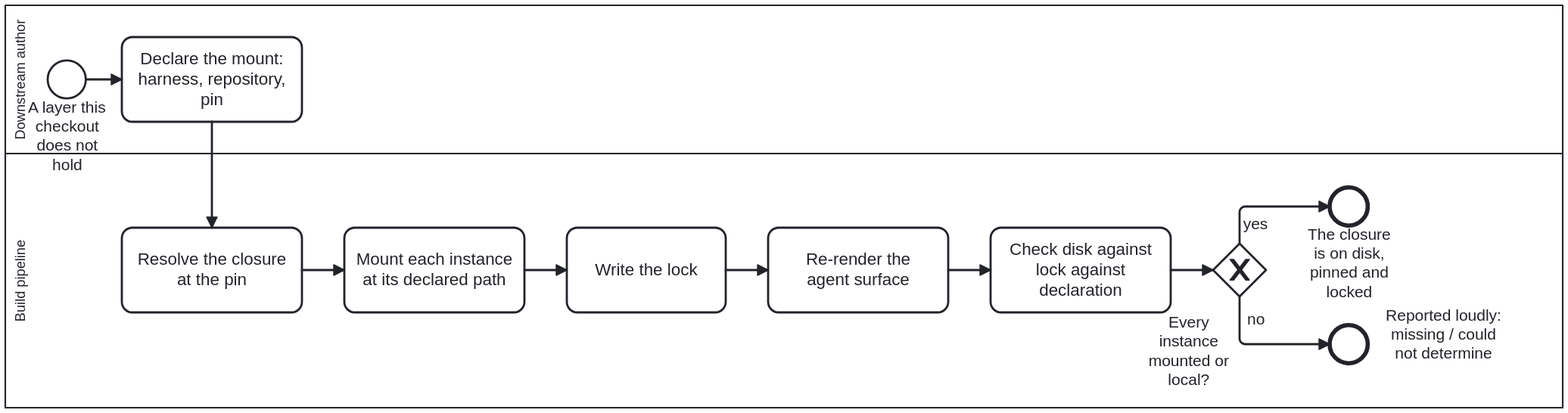
This is docs/assets/img/workflows/mount-dependency.svg from litlfred/cat-harness, a BPMN export, as it was before one commit. Its source is kept beside it as processes/kg/mount-dependency.bpmn. Ids are renumbered.
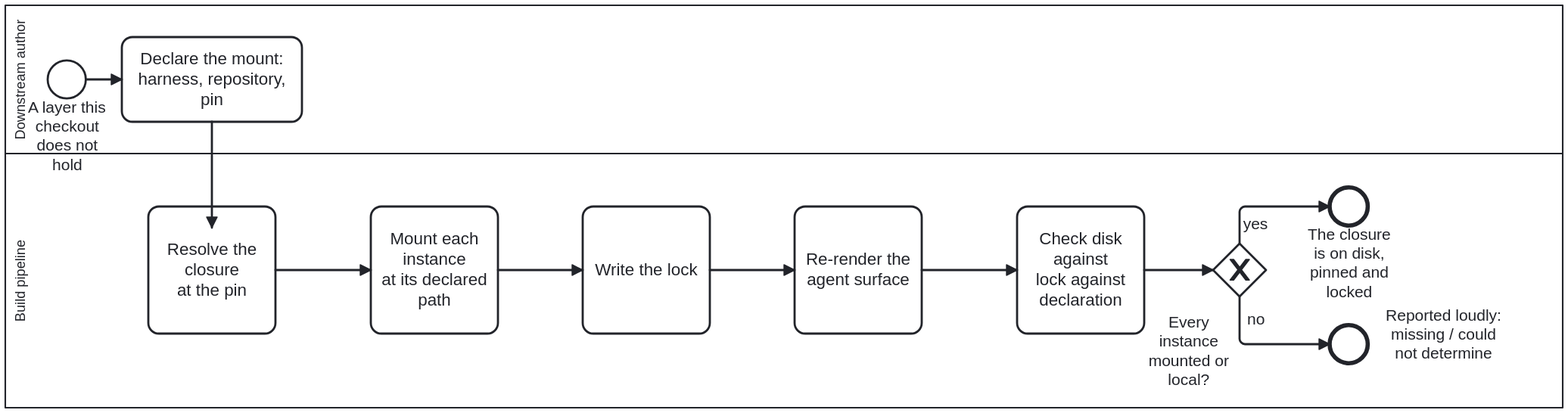
Above is the later version.

Change to the diagram source:
```diff
@@ -151,63 +151,69 @@
   <bpmndi:BPMNDiagram id="Diagram_MountDependency">
     <bpmndi:BPMNPlane id="Plane_MountDependency" bpmnElement="Process_MountDependency">
       <bpmndi:BPMNShape id="S_Lane_Author" bpmnElement="Lane_Author" isHorizontal="true">
-        <dc:Bounds x="160" y="60" width="1470" height="140"/>
+        <dc:Bounds x="160" y="60" width="1470" height="140" />
       </bpmndi:BPMNShape>
       <bpmndi:BPMNShape id="S_Lane_Pipeline" bpmnElement="Lane_Pipeline" isHorizontal="true">
-        <dc:Bounds x="160" y="200" width="1470" height="240"/>
+        <dc:Bounds x="160" y="200" width="1470" height="240" />
       </bpmndi:BPMNShape>
       <bpmndi:BPMNShape id="S_Start_LayerNeeded" bpmnElement="Start_LayerNeeded">
-        <dc:Bounds x="200" y="112" width="36" height="36"/>
+        <dc:Bounds x="200" y="112" width="36" height="36" />
       </bpmndi:BPMNShape>
       <bpmndi:BPMNShape id="S_Task_DeclareMount" bpmnElement="Task_DeclareMount">
-        <dc:Bounds x="270" y="90" width="170" height="80"/>
+        <dc:Bounds x="270" y="90" width="170" height="80" />
       </bpmndi:BPMNShape>
       <bpmndi:BPMNShape id="S_Task_ResolveClosure" bpmnElement="Task_ResolveClosure">
-        <dc:Bounds x="270" y="270" width="170" height="80"/>
+        <dc:Bounds x="295" y="250" width="120" height="120" />
       </bpmndi:BPMNShape>
       <bpmndi:BPMNShape id="S_Task_MountInstances" bpmnElement="Task_MountInstances">
-        <dc:Bounds x="480" y="270" width="170" height="80"/>
+        <dc:Bounds x="505" y="250" width="120" height="120" />
       </bpmndi:BPMNShape>
       <bpmndi:BPMNShape id="S_Task_WriteLock" bpmnElement="Task_WriteLock">
-        <dc:Bounds x="690" y="270" width="150" height="80"/>
+        <dc:Bounds x="705" y="250" width="120" height="120" />
       </bpmndi:BPMNShape>
       <bpmndi:BPMNShape id="S_Task_RenderAgentSurface" bpmnElement="Task_RenderAgentSurface">
-        <dc:Bounds x="880" y="270" width="170" height="80"/>
+        <dc:Bounds x="905" y="250" width="120" height="120" />
       </bpmndi:BPMNShape>
       <bpmndi:BPMNShape id="S_Task_CheckAgainstLock" bpmnElement="Task_CheckAgainstLock">
-        <dc:Bounds x="1090" y="270" width="170" height="80"/>
+        <dc:Bounds x="1115" y="250" width="120" height="120" />
       </bpmndi:BPMNShape>
       <bpmndi:BPMNShape id="S_GW_State" bpmnElement="GW_State" isMarkerVisible="true">
-        <dc:Bounds x="1300" y="285" width="50" height="50"/>
-        <bpmndi:BPMNLabel><dc:Bounds x="1232.01" y="350.5" width="90" height="71" /></bpmndi:BPMNLabel>
-      </bpmndi:BPMNShape>
+        <dc:Bounds x="1300" y="285" width="50" height="50" />
+
+      <bpmndi:BPMNLabel><dc:Bounds x="1232.01" y="350.5" width="90" height="71" /></bpmndi:BPMNLabel></bpmndi:BPMNShape>
       <bpmndi:BPMNShape id="S_End_Mounted" bpmnElement="End_Mounted">
-        <dc:Bounds x="1410" y="232" width="36" height="36"/>
+        <dc:Bounds x="1410" y="232" width="36" height="36" />
       </bpmndi:BPMNShape>
       <bpmndi:BPMNShape id="S_End_Reported" bpmnElement="End_Reported">
-        <dc:Bounds x="1410" y="362" width="36" height="36"/>
-        <bpmndi:BPMNLabel><dc:Bounds x="1450" y="344" width="135" height="72" /></bpmndi:BPMNLabel>
-      </bpmndi:BPMNShape>
+        <dc:Bounds x="1410" y="362" width="36" height="36" />
+
+      <bpmndi:BPMNLabel><dc:Bounds x="1450" y="344" width="135" height="72" /></bpmndi:BPMNLabel></bpmndi:BPMNShape>
       <bpmndi:BPMNEdge id="E_F_D1" bpmnElement="F_D1">
         <di:waypoint x="236" y="130"/><di:waypoint x="270" y="130"/>
       </bpmndi:BPMNEdge>
       <bpmndi:BPMNEdge id="E_F_D2" bpmnElement="F_D2">
-        <di:waypoint x="355" y="170"/><di:waypoint x="355" y="270"/>
+        <di:waypoint x="355" y="170" />
+        <di:waypoint x="355" y="270" />
       </bpmndi:BPMNEdge>
       <bpmndi:BPMNEdge id="E_F_D3" bpmnElement="F_D3">
-        <di:waypoint x="440" y="310"/><di:waypoint x="480" y="310"/>
+        <di:waypoint x="415" y="310" />
+        <di:waypoint x="505" y="310" />
       </bpmndi:BPMNEdge>
       <bpmndi:BPMNEdge id="E_F_D4" bpmnElement="F_D4">
-        <di:waypoint x="650" y="310"/><di:waypoint x="690" y="310"/>
+        <di:waypoint x="625" y="310" />
+        <di:waypoint x="705" y="310" />
       </bpmndi:BPMNEdge>
       <bpmndi:BPMNEdge id="E_F_D5" bpmnElement="F_D5">
-        <di:waypoint x="840" y="310"/><di:waypoint x="880" y="310"/>
+        <di:waypoint x="825" y="310" />
+        <di:waypoint x="905" y="310" />
       </bpmndi:BPMNEdge>
       <bpmndi:BPMNEdge id="E_F_D5b" bpmnElement="F_D5b">
-        <di:waypoint x="1050" y="310"/><di:waypoint x="1090" y="310"/>
+        <di:waypoint x="1025" y="310" />
+        <di:waypoint x="1115" y="310" />
       </bpmndi:BPMNEdge>
       <bpmndi:BPMNEdge id="E_F_D6" bpmnElement="F_D6">
-        <di:waypoint x="1260" y="310"/><di:waypoint x="1300" y="310"/>
+        <di:waypoint x="1235" y="310" />
+        <di:waypoint x="1300" y="310" />
       </bpmndi:BPMNEdge>
       <bpmndi:BPMNEdge id="E_F_D7" bpmnElement="F_D7">
         <di:waypoint x="1325" y="285"/><di:waypoint x="1325" y="250"/><di:waypoint x="1410" y="250"/>
```
